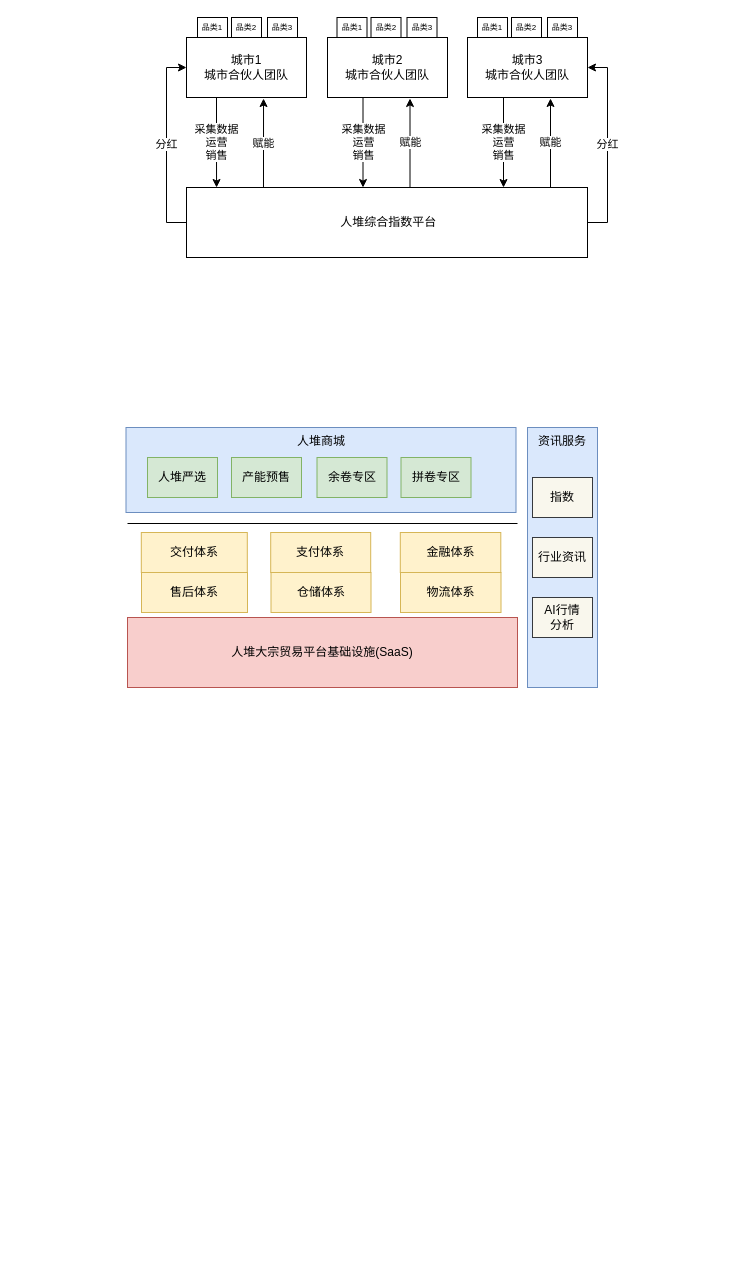
ruopuzi/draw.io keeps this draw.io diagram as 人堆.drawio. Above is the earlier version. Source tidied: cells renumbered, new cells numbered last; positions are measured from the earlier drawing's top-left corner, leaving out a move shared by most shapes. Both pictures are drawn from the tidied source at 100%, with x=0, y=0 at pixel (125, 17).
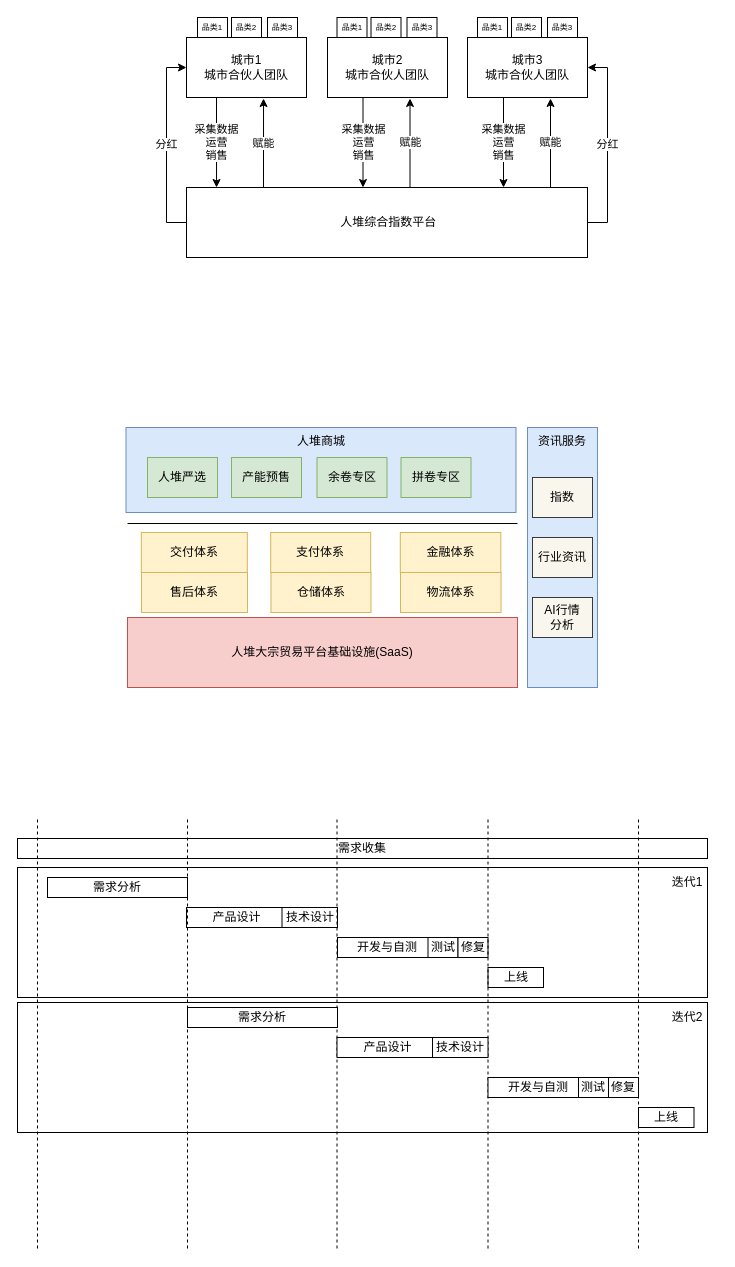
After the change.

Diff of the diagram source:
```diff
@@
+    <mxCell id="40" style="group;" parent="1" vertex="1">
+      <mxGeometry x="-108" y="985" width="700" height="130" as="geometry" />
+    </mxCell>
+    <mxCell id="41" style="rounded=0;whiteSpace=wrap;html=1;shadow=0;" parent="40" vertex="1">
+      <mxGeometry width="690" height="130" as="geometry" />
+    </mxCell>
+    <mxCell id="42" value="迭代2" style="text;html=1;strokeColor=none;fillColor=none;align=center;verticalAlign=middle;whiteSpace=wrap;rounded=0;" parent="40" vertex="1">
+      <mxGeometry x="640" width="60" height="30" as="geometry" />
+    </mxCell>
+    <mxCell id="43" style="group;" parent="1" vertex="1">
+      <mxGeometry x="-108" y="850" width="700" height="130" as="geometry" />
+    </mxCell>
+    <mxCell id="44" style="rounded=0;whiteSpace=wrap;html=1;shadow=0;" parent="43" vertex="1">
+      <mxGeometry width="690" height="130" as="geometry" />
+    </mxCell>
+    <mxCell id="45" value="迭代1" style="text;html=1;strokeColor=none;fillColor=none;align=center;verticalAlign=middle;whiteSpace=wrap;rounded=0;" parent="43" vertex="1">
+      <mxGeometry x="640" width="60" height="30" as="geometry" />
+    </mxCell>
@@
+    <mxCell id="46" value="需求收集" style="rounded=0;whiteSpace=wrap;html=1;" parent="1" vertex="1">
+      <mxGeometry x="-108" y="821" width="690" height="20" as="geometry" />
+    </mxCell>
+    <mxCell id="47" value="需求分析" style="rounded=0;whiteSpace=wrap;html=1;" parent="1" vertex="1">
+      <mxGeometry x="-78" y="860" width="140" height="20" as="geometry" />
+    </mxCell>
+    <mxCell id="48" value="产品设计" style="rounded=0;whiteSpace=wrap;html=1;" parent="1" vertex="1">
+      <mxGeometry x="61" y="890" width="101" height="20" as="geometry" />
+    </mxCell>
+    <mxCell id="49" value="技术设计" style="rounded=0;whiteSpace=wrap;html=1;" parent="1" vertex="1">
+      <mxGeometry x="156.5" y="890" width="55.5" height="20" as="geometry" />
+    </mxCell>
+    <mxCell id="50" value="开发与自测" style="rounded=0;whiteSpace=wrap;html=1;" parent="1" vertex="1">
+      <mxGeometry x="212" y="920" width="100" height="20" as="geometry" />
+    </mxCell>
+    <mxCell id="51" value="测试" style="rounded=0;whiteSpace=wrap;html=1;" parent="1" vertex="1">
+      <mxGeometry x="302.5" y="920" width="30" height="20" as="geometry" />
+    </mxCell>
+    <mxCell id="52" value="修复" style="rounded=0;whiteSpace=wrap;html=1;" parent="1" vertex="1">
+      <mxGeometry x="332.5" y="920" width="30" height="20" as="geometry" />
+    </mxCell>
+    <mxCell id="53" value="上线" style="rounded=0;whiteSpace=wrap;html=1;" parent="1" vertex="1">
+      <mxGeometry x="362.5" y="950" width="55.5" height="20" as="geometry" />
+    </mxCell>
+    <mxCell id="54" style="endArrow=none;dashed=1;html=1;rounded=0;" parent="1" edge="1">
+      <mxGeometry relative="1" as="geometry">
+        <mxPoint x="-88" y="1231" as="sourcePoint" />
+        <mxPoint x="-88" y="800" as="targetPoint" />
+      </mxGeometry>
+    </mxCell>
+    <mxCell id="55" style="endArrow=none;dashed=1;html=1;rounded=0;" parent="1" edge="1">
+      <mxGeometry relative="1" as="geometry">
+        <mxPoint x="62" y="1231" as="sourcePoint" />
+        <mxPoint x="62" y="800" as="targetPoint" />
+      </mxGeometry>
+    </mxCell>
+    <mxCell id="56" style="endArrow=none;dashed=1;html=1;rounded=0;" parent="1" edge="1">
+      <mxGeometry relative="1" as="geometry">
+        <mxPoint x="211.5" y="1231" as="sourcePoint" />
+        <mxPoint x="211.5" y="800" as="targetPoint" />
+      </mxGeometry>
+    </mxCell>
+    <mxCell id="57" style="endArrow=none;dashed=1;html=1;rounded=0;" parent="1" edge="1">
+      <mxGeometry relative="1" as="geometry">
+        <mxPoint x="362.5" y="1231" as="sourcePoint" />
+        <mxPoint x="362.5" y="800" as="targetPoint" />
+      </mxGeometry>
+    </mxCell>
+    <mxCell id="58" style="endArrow=none;dashed=1;html=1;rounded=0;" parent="1" edge="1">
+      <mxGeometry relative="1" as="geometry">
+        <mxPoint x="513" y="1231" as="sourcePoint" />
+        <mxPoint x="513" y="800" as="targetPoint" />
+      </mxGeometry>
+    </mxCell>
+    <mxCell id="59" value="需求分析" style="rounded=0;whiteSpace=wrap;html=1;" parent="1" vertex="1">
+      <mxGeometry x="62" y="990" width="150" height="20" as="geometry" />
+    </mxCell>
+    <mxCell id="60" value="产品设计" style="rounded=0;whiteSpace=wrap;html=1;" parent="1" vertex="1">
+      <mxGeometry x="211.5" y="1020" width="101" height="20" as="geometry" />
+    </mxCell>
+    <mxCell id="61" value="技术设计" style="rounded=0;whiteSpace=wrap;html=1;" parent="1" vertex="1">
+      <mxGeometry x="307" y="1020" width="55.5" height="20" as="geometry" />
+    </mxCell>
+    <mxCell id="62" value="开发与自测" style="rounded=0;whiteSpace=wrap;html=1;" parent="1" vertex="1">
+      <mxGeometry x="362.5" y="1060" width="100" height="20" as="geometry" />
+    </mxCell>
+    <mxCell id="63" value="测试" style="rounded=0;whiteSpace=wrap;html=1;" parent="1" vertex="1">
+      <mxGeometry x="453" y="1060" width="30" height="20" as="geometry" />
+    </mxCell>
+    <mxCell id="64" value="修复" style="rounded=0;whiteSpace=wrap;html=1;" parent="1" vertex="1">
+      <mxGeometry x="483" y="1060" width="30" height="20" as="geometry" />
+    </mxCell>
+    <mxCell id="65" value="上线" style="rounded=0;whiteSpace=wrap;html=1;" parent="1" vertex="1">
+      <mxGeometry x="513" y="1090" width="55.5" height="20" as="geometry" />
+    </mxCell>
```
